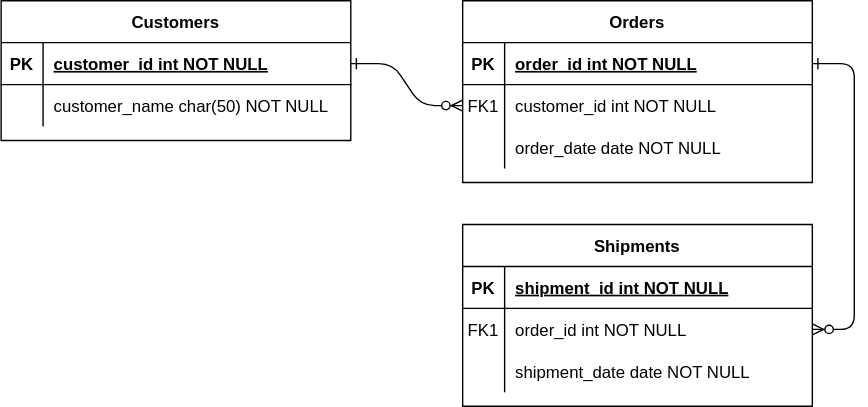
Before: document/project-board-erd.svg, a diagram exported from draw.io (emmaHjJeon/be-dashboard-project). Source tidied: cells renumbered, new cells last; positions are measured from the earlier drawing's top-left corner, leaving out a move shared by most shapes.
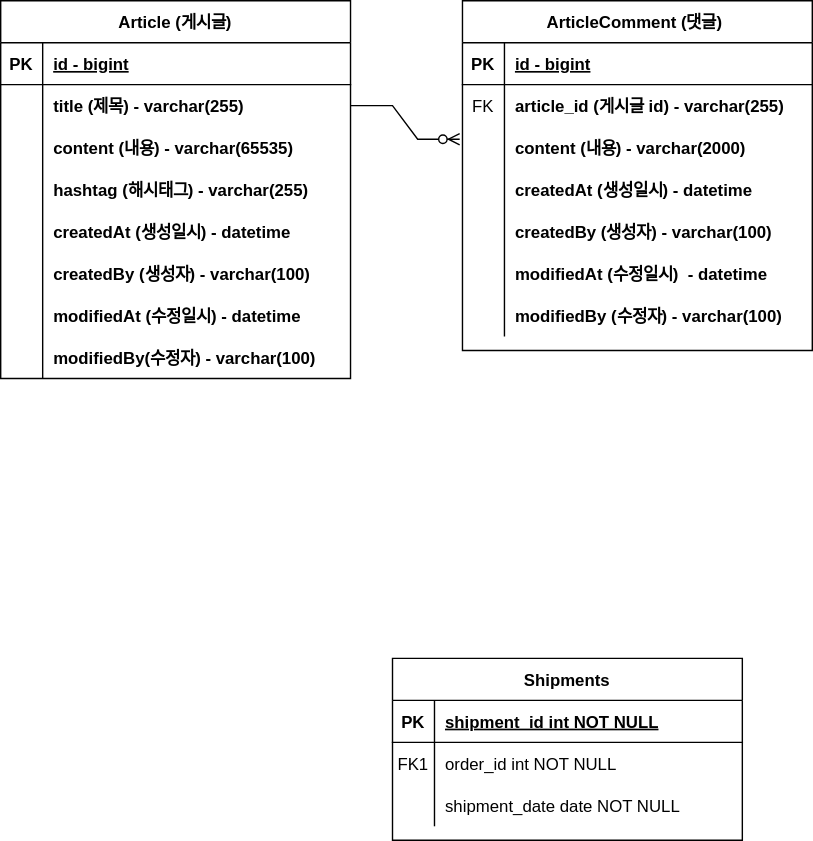
Above is the later version.

Commit message:
#7 - ERD 그림 완성: project-board-erd.svg 업데이트

Change to the diagram source:
```diff
@@ -2,14 +2,8 @@
   <root>
     <mxCell id="0" />
     <mxCell id="1" parent="0" />
-    <mxCell id="2" style="edgeStyle=entityRelationEdgeStyle;endArrow=ERzeroToMany;startArrow=ERone;endFill=1;startFill=0;" parent="1" edge="1" source="25" target="8">
-      <mxGeometry relative="1" as="geometry" />
-    </mxCell>
-    <mxCell id="3" style="edgeStyle=entityRelationEdgeStyle;endArrow=ERzeroToMany;startArrow=ERone;endFill=1;startFill=0;" parent="1" edge="1" source="5" target="18">
-      <mxGeometry relative="1" as="geometry" />
-    </mxCell>
-    <mxCell id="4" value="Orders" style="shape=table;startSize=30;rowLines=0;fontStyle=1;align=center;" parent="1" vertex="1">
-      <mxGeometry x="330" width="250" height="130" as="geometry" />
+    <mxCell id="4" value="ArticleComment (댓글) " style="shape=table;startSize=30;rowLines=0;fontStyle=1;align=center;" parent="1" vertex="1">
+      <mxGeometry x="330" width="250" height="250" as="geometry" />
     </mxCell>
     <mxCell id="5" style="shape=partialRectangle;fillColor=none;points=[[0,0.5],[1,0.5]];portConstraint=eastwest;top=0;left=0;right=0;bottom=1;" parent="4" vertex="1">
       <mxGeometry y="30" width="250" height="30" as="geometry" />
@@ -17,16 +11,16 @@
     <mxCell id="6" value="PK" style="shape=partialRectangle;overflow=hidden;fillColor=none;top=0;left=0;bottom=0;right=0;fontStyle=1;" parent="5" vertex="1">
       <mxGeometry width="30" height="30" as="geometry" />
     </mxCell>
-    <mxCell id="7" value="order_id int NOT NULL " style="shape=partialRectangle;overflow=hidden;fillColor=none;top=0;left=0;bottom=0;right=0;align=left;spacingLeft=6;fontStyle=5;" parent="5" vertex="1">
+    <mxCell id="7" value="id - bigint" style="shape=partialRectangle;overflow=hidden;fillColor=none;top=0;left=0;bottom=0;right=0;align=left;spacingLeft=6;fontStyle=5;" parent="5" vertex="1">
       <mxGeometry x="30" width="220" height="30" as="geometry" />
     </mxCell>
     <mxCell id="8" style="shape=partialRectangle;fillColor=none;points=[[0,0.5],[1,0.5]];portConstraint=eastwest;top=0;left=0;right=0;bottom=0;" parent="4" vertex="1">
       <mxGeometry y="60" width="250" height="30" as="geometry" />
     </mxCell>
-    <mxCell id="9" value="FK1" style="shape=partialRectangle;overflow=hidden;fillColor=none;top=0;left=0;bottom=0;right=0;" parent="8" vertex="1">
+    <mxCell id="9" value="FK" style="shape=partialRectangle;overflow=hidden;fillColor=none;top=0;left=0;bottom=0;right=0;" parent="8" vertex="1">
       <mxGeometry width="30" height="30" as="geometry" />
     </mxCell>
-    <mxCell id="10" value="customer_id int NOT NULL" style="shape=partialRectangle;overflow=hidden;fillColor=none;top=0;left=0;bottom=0;right=0;align=left;spacingLeft=6;" parent="8" vertex="1">
+    <mxCell id="10" value="article_id (게시글 id) - varchar(255)" style="shape=partialRectangle;overflow=hidden;fillColor=none;top=0;left=0;bottom=0;right=0;align=left;spacingLeft=6;fontStyle=1;" parent="8" vertex="1">
       <mxGeometry x="30" width="220" height="30" as="geometry" />
     </mxCell>
     <mxCell id="11" style="shape=partialRectangle;fillColor=none;points=[[0,0.5],[1,0.5]];portConstraint=eastwest;top=0;left=0;right=0;bottom=0;" parent="4" vertex="1">
@@ -35,11 +29,47 @@
     <mxCell id="12" style="shape=partialRectangle;overflow=hidden;fillColor=none;top=0;left=0;bottom=0;right=0;" parent="11" vertex="1">
       <mxGeometry width="30" height="30" as="geometry" />
     </mxCell>
-    <mxCell id="13" value="order_date date NOT NULL" style="shape=partialRectangle;overflow=hidden;fillColor=none;top=0;left=0;bottom=0;right=0;align=left;spacingLeft=6;" parent="11" vertex="1">
+    <mxCell id="13" value="content (내용) - varchar(2000)" style="shape=partialRectangle;overflow=hidden;fillColor=none;top=0;left=0;bottom=0;right=0;align=left;spacingLeft=6;fontStyle=1;" parent="11" vertex="1">
       <mxGeometry x="30" width="220" height="30" as="geometry" />
     </mxCell>
+    <mxCell id="31" style="shape=partialRectangle;fillColor=none;top=0;left=0;right=0;bottom=0;" parent="4" vertex="1">
+      <mxGeometry y="120" width="250" height="30" as="geometry" />
+    </mxCell>
+    <mxCell id="32" style="shape=partialRectangle;overflow=hidden;fillColor=none;top=0;left=0;bottom=0;right=0;" parent="31" vertex="1">
+      <mxGeometry width="30" height="30" as="geometry" />
+    </mxCell>
+    <mxCell id="33" value="createdAt (생성일시) - datetime " style="shape=partialRectangle;overflow=hidden;fillColor=none;top=0;left=0;bottom=0;right=0;align=left;spacingLeft=6;fontStyle=1;" parent="31" vertex="1">
+      <mxGeometry x="30" width="220" height="30" as="geometry" />
+    </mxCell>
+    <mxCell id="34" style="shape=partialRectangle;fillColor=none;top=0;left=0;right=0;bottom=0;" parent="4" vertex="1">
+      <mxGeometry y="150" width="250" height="30" as="geometry" />
+    </mxCell>
+    <mxCell id="35" style="shape=partialRectangle;overflow=hidden;fillColor=none;top=0;left=0;bottom=0;right=0;" parent="34" vertex="1">
+      <mxGeometry width="30" height="30" as="geometry" />
+    </mxCell>
+    <mxCell id="36" value="createdBy (생성자) - varchar(100)" style="shape=partialRectangle;overflow=hidden;fillColor=none;top=0;left=0;bottom=0;right=0;align=left;spacingLeft=6;fontStyle=1;" parent="34" vertex="1">
+      <mxGeometry x="30" width="220" height="30" as="geometry" />
+    </mxCell>
+    <mxCell id="37" style="shape=partialRectangle;fillColor=none;top=0;left=0;right=0;bottom=0;" parent="4" vertex="1">
+      <mxGeometry y="180" width="250" height="30" as="geometry" />
+    </mxCell>
+    <mxCell id="38" style="shape=partialRectangle;overflow=hidden;fillColor=none;top=0;left=0;bottom=0;right=0;" parent="37" vertex="1">
+      <mxGeometry width="30" height="30" as="geometry" />
+    </mxCell>
+    <mxCell id="39" value="modifiedAt (수정일시)  - datetime" style="shape=partialRectangle;overflow=hidden;fillColor=none;top=0;left=0;bottom=0;right=0;align=left;spacingLeft=6;fontStyle=1;" parent="37" vertex="1">
+      <mxGeometry x="30" width="220" height="30" as="geometry" />
+    </mxCell>
+    <mxCell id="40" style="shape=partialRectangle;fillColor=none;top=0;left=0;right=0;bottom=0;" parent="4" vertex="1">
+      <mxGeometry y="210" width="250" height="30" as="geometry" />
+    </mxCell>
+    <mxCell id="41" style="shape=partialRectangle;overflow=hidden;fillColor=none;top=0;left=0;bottom=0;right=0;" parent="40" vertex="1">
+      <mxGeometry width="30" height="30" as="geometry" />
+    </mxCell>
+    <mxCell id="42" value="modifiedBy (수정자) - varchar(100)" style="shape=partialRectangle;overflow=hidden;fillColor=none;top=0;left=0;bottom=0;right=0;align=left;spacingLeft=6;fontStyle=1;" parent="40" vertex="1">
+      <mxGeometry x="30" width="220" height="30" as="geometry" />
+    </mxCell>
     <mxCell id="14" value="Shipments" style="shape=table;startSize=30;rowLines=0;fontStyle=1;align=center;" parent="1" vertex="1">
-      <mxGeometry x="330" y="160" width="250" height="130" as="geometry" />
+      <mxGeometry x="280" y="470" width="250" height="130" as="geometry" />
     </mxCell>
     <mxCell id="15" style="shape=partialRectangle;fillColor=none;top=0;left=0;right=0;bottom=1;" parent="14" vertex="1">
       <mxGeometry y="30" width="250" height="30" as="geometry" />
@@ -68,8 +98,8 @@
     <mxCell id="23" value="shipment_date date NOT NULL" style="shape=partialRectangle;overflow=hidden;fillColor=none;top=0;left=0;bottom=0;right=0;align=left;spacingLeft=6;" parent="21" vertex="1">
       <mxGeometry x="30" width="220" height="30" as="geometry" />
     </mxCell>
-    <mxCell id="24" value="Customers" style="shape=table;startSize=30;rowLines=0;fontStyle=1;align=center;" parent="1" vertex="1">
-      <mxGeometry width="250" height="100" as="geometry" />
+    <mxCell id="24" value="Article (게시글)" style="shape=table;startSize=30;rowLines=0;fontStyle=1;align=center;" parent="1" vertex="1">
+      <mxGeometry width="250" height="270" as="geometry" />
     </mxCell>
     <mxCell id="25" style="shape=partialRectangle;fillColor=none;points=[[0,0.5],[1,0.5]];portConstraint=eastwest;top=0;left=0;right=0;bottom=1;" parent="24" vertex="1">
       <mxGeometry y="30" width="250" height="30" as="geometry" />
@@ -77,7 +107,7 @@
     <mxCell id="26" value="PK" style="shape=partialRectangle;overflow=hidden;fillColor=none;top=0;left=0;bottom=0;right=0;fontStyle=1;" parent="25" vertex="1">
       <mxGeometry width="30" height="30" as="geometry" />
     </mxCell>
-    <mxCell id="27" value="customer_id int NOT NULL " style="shape=partialRectangle;overflow=hidden;fillColor=none;top=0;left=0;bottom=0;right=0;align=left;spacingLeft=6;fontStyle=5;" parent="25" vertex="1">
+    <mxCell id="27" value="id - bigint" style="shape=partialRectangle;overflow=hidden;fillColor=none;top=0;left=0;bottom=0;right=0;align=left;spacingLeft=6;fontStyle=5;" parent="25" vertex="1">
       <mxGeometry x="30" width="220" height="30" as="geometry" />
     </mxCell>
     <mxCell id="28" style="shape=partialRectangle;fillColor=none;points=[[0,0.5],[1,0.5]];portConstraint=eastwest;top=0;left=0;right=0;bottom=0;" parent="24" vertex="1">
@@ -86,8 +116,65 @@
     <mxCell id="29" style="shape=partialRectangle;overflow=hidden;fillColor=none;top=0;left=0;bottom=0;right=0;" parent="28" vertex="1">
       <mxGeometry width="30" height="30" as="geometry" />
     </mxCell>
-    <mxCell id="30" value="customer_name char(50) NOT NULL" style="shape=partialRectangle;overflow=hidden;fillColor=none;top=0;left=0;bottom=0;right=0;align=left;spacingLeft=6;" parent="28" vertex="1">
+    <mxCell id="30" value="title (제목) - varchar(255)" style="shape=partialRectangle;overflow=hidden;fillColor=none;top=0;left=0;bottom=0;right=0;align=left;spacingLeft=6;fontStyle=1;" parent="28" vertex="1">
       <mxGeometry x="30" width="220" height="30" as="geometry" />
     </mxCell>
+    <mxCell id="43" style="shape=partialRectangle;fillColor=none;top=0;left=0;right=0;bottom=0;" parent="24" vertex="1">
+      <mxGeometry y="90" width="250" height="30" as="geometry" />
+    </mxCell>
+    <mxCell id="44" style="shape=partialRectangle;overflow=hidden;fillColor=none;top=0;left=0;bottom=0;right=0;" parent="43" vertex="1">
+      <mxGeometry width="30" height="30" as="geometry" />
+    </mxCell>
+    <mxCell id="45" value="content (내용) - varchar(65535)" style="shape=partialRectangle;overflow=hidden;fillColor=none;top=0;left=0;bottom=0;right=0;align=left;spacingLeft=6;fontStyle=1;" parent="43" vertex="1">
+      <mxGeometry x="30" width="220" height="30" as="geometry" />
+    </mxCell>
+    <mxCell id="46" style="shape=partialRectangle;fillColor=none;top=0;left=0;right=0;bottom=0;" parent="24" vertex="1">
+      <mxGeometry y="120" width="250" height="30" as="geometry" />
+    </mxCell>
+    <mxCell id="47" style="shape=partialRectangle;overflow=hidden;fillColor=none;top=0;left=0;bottom=0;right=0;" parent="46" vertex="1">
+      <mxGeometry width="30" height="30" as="geometry" />
+    </mxCell>
+    <mxCell id="48" value="hashtag (해시태그) - varchar(255)" style="shape=partialRectangle;overflow=hidden;fillColor=none;top=0;left=0;bottom=0;right=0;align=left;spacingLeft=6;fontStyle=1;" parent="46" vertex="1">
+      <mxGeometry x="30" width="220" height="30" as="geometry" />
+    </mxCell>
+    <mxCell id="49" style="shape=partialRectangle;fillColor=none;top=0;left=0;right=0;bottom=0;" parent="24" vertex="1">
+      <mxGeometry y="150" width="250" height="30" as="geometry" />
+    </mxCell>
+    <mxCell id="50" style="shape=partialRectangle;overflow=hidden;fillColor=none;top=0;left=0;bottom=0;right=0;" parent="49" vertex="1">
+      <mxGeometry width="30" height="30" as="geometry" />
+    </mxCell>
+    <mxCell id="51" value="createdAt (생성일시) - datetime " style="shape=partialRectangle;overflow=hidden;fillColor=none;top=0;left=0;bottom=0;right=0;align=left;spacingLeft=6;fontStyle=1;" parent="49" vertex="1">
+      <mxGeometry x="30" width="220" height="30" as="geometry" />
+    </mxCell>
+    <mxCell id="52" style="shape=partialRectangle;fillColor=none;top=0;left=0;right=0;bottom=0;" parent="24" vertex="1">
+      <mxGeometry y="180" width="250" height="30" as="geometry" />
+    </mxCell>
+    <mxCell id="53" style="shape=partialRectangle;overflow=hidden;fillColor=none;top=0;left=0;bottom=0;right=0;" parent="52" vertex="1">
+      <mxGeometry width="30" height="30" as="geometry" />
+    </mxCell>
+    <mxCell id="54" value="createdBy (생성자) - varchar(100)" style="shape=partialRectangle;overflow=hidden;fillColor=none;top=0;left=0;bottom=0;right=0;align=left;spacingLeft=6;fontStyle=1;" parent="52" vertex="1">
+      <mxGeometry x="30" width="220" height="30" as="geometry" />
+    </mxCell>
+    <mxCell id="55" style="shape=partialRectangle;fillColor=none;top=0;left=0;right=0;bottom=0;" parent="24" vertex="1">
+      <mxGeometry y="210" width="250" height="30" as="geometry" />
+    </mxCell>
+    <mxCell id="56" style="shape=partialRectangle;overflow=hidden;fillColor=none;top=0;left=0;bottom=0;right=0;" parent="55" vertex="1">
+      <mxGeometry width="30" height="30" as="geometry" />
+    </mxCell>
+    <mxCell id="57" value="modifiedAt (수정일시) - datetime" style="shape=partialRectangle;overflow=hidden;fillColor=none;top=0;left=0;bottom=0;right=0;align=left;spacingLeft=6;fontStyle=1;" parent="55" vertex="1">
+      <mxGeometry x="30" width="220" height="30" as="geometry" />
+    </mxCell>
+    <mxCell id="58" style="shape=partialRectangle;fillColor=none;top=0;left=0;right=0;bottom=0;" parent="24" vertex="1">
+      <mxGeometry y="240" width="250" height="30" as="geometry" />
+    </mxCell>
+    <mxCell id="59" style="shape=partialRectangle;overflow=hidden;fillColor=none;top=0;left=0;bottom=0;right=0;" parent="58" vertex="1">
+      <mxGeometry width="30" height="30" as="geometry" />
+    </mxCell>
+    <mxCell id="60" value="modifiedBy(수정자) - varchar(100)" style="shape=partialRectangle;overflow=hidden;fillColor=none;top=0;left=0;bottom=0;right=0;align=left;spacingLeft=6;fontStyle=1;" parent="58" vertex="1">
+      <mxGeometry x="30" width="220" height="30" as="geometry" />
+    </mxCell>
+    <mxCell id="61" style="edgeStyle=entityRelationEdgeStyle;fontSize=12;html=1;endArrow=ERzeroToMany;endFill=1;rounded=0;entryX=-0.008;entryY=0.3;entryDx=0;entryDy=0;entryPerimeter=0;" parent="1" edge="1" source="28" target="11">
+      <mxGeometry relative="1" as="geometry" />
+    </mxCell>
   </root>
 </mxGraphModel>
```
